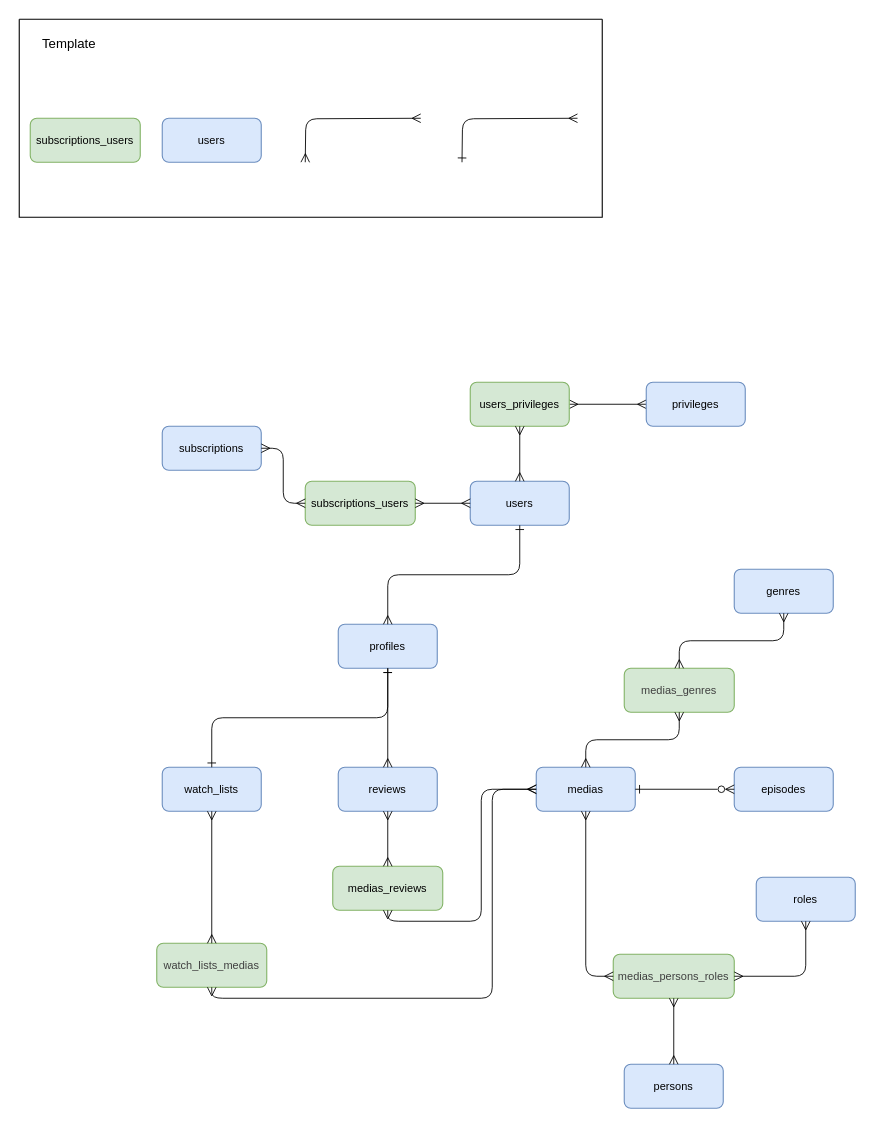
This is docs/diagrams/conceptual.drawio from Team-AB-DevOps/ab-dbd25, a draw.io file, before an edit. Source tidied: cells renumbered, new cells numbered last; positions are measured from the earlier drawing's top-left corner, leaving out a move shared by most shapes. Both pictures are drawn from the tidied source at 110%, with x=0, y=0 at pixel (19, 19).
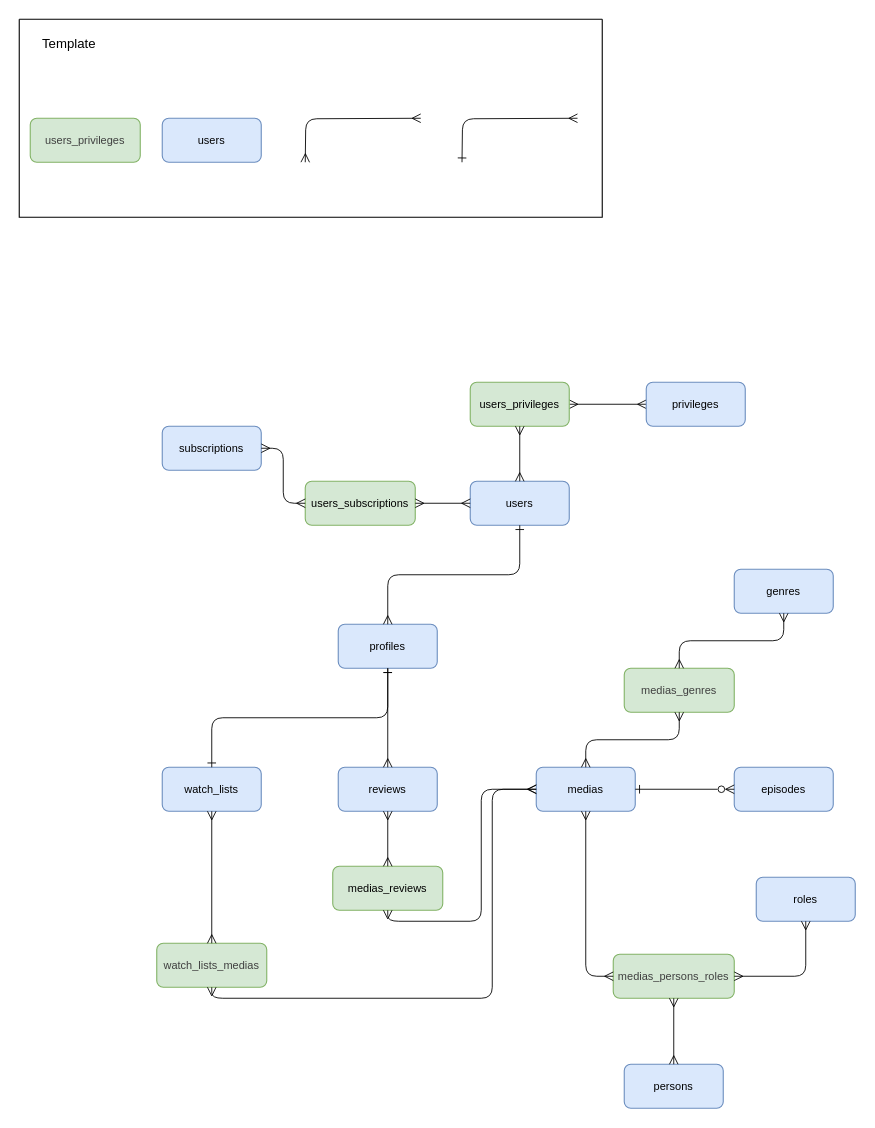
The same diagram, later.

Change to the diagram source:
```diff
@@
-    <mxCell id="8" value="&lt;span style=&quot;color: rgb(0, 0, 0);&quot;&gt;&lt;font style=&quot;font-size: 10px;&quot;&gt;subscriptions_users&lt;/font&gt;&lt;/span&gt;" style="rounded=1;whiteSpace=wrap;html=1;fillColor=#d5e8d4;strokeColor=#82b366;" parent="1" vertex="1">
+    <mxCell id="8" value="&lt;span style=&quot;color: rgb(0, 0, 0);&quot;&gt;&lt;font style=&quot;font-size: 10px;&quot;&gt;users_subscriptions&lt;/font&gt;&lt;/span&gt;" style="rounded=1;whiteSpace=wrap;html=1;fillColor=#d5e8d4;strokeColor=#82b366;" parent="1" vertex="1">
       <mxGeometry x="260" y="420" width="100" height="40" as="geometry" />
     </mxCell>
@@
-    <mxCell id="24" value="&lt;span style=&quot;color: rgb(0, 0, 0);&quot;&gt;&lt;font style=&quot;font-size: 10px;&quot;&gt;subscriptions_users&lt;/font&gt;&lt;/span&gt;" style="rounded=1;whiteSpace=wrap;html=1;fillColor=#d5e8d4;strokeColor=#82b366;" parent="1" vertex="1">
+    <mxCell id="24" value="&lt;span style=&quot;color: rgb(63, 63, 63); font-size: 10px;&quot;&gt;users_privileges&lt;/span&gt;" style="rounded=1;whiteSpace=wrap;html=1;fillColor=#d5e8d4;strokeColor=#82b366;" parent="1" vertex="1">
       <mxGeometry x="10" y="90" width="100" height="40" as="geometry" />
     </mxCell>
```
